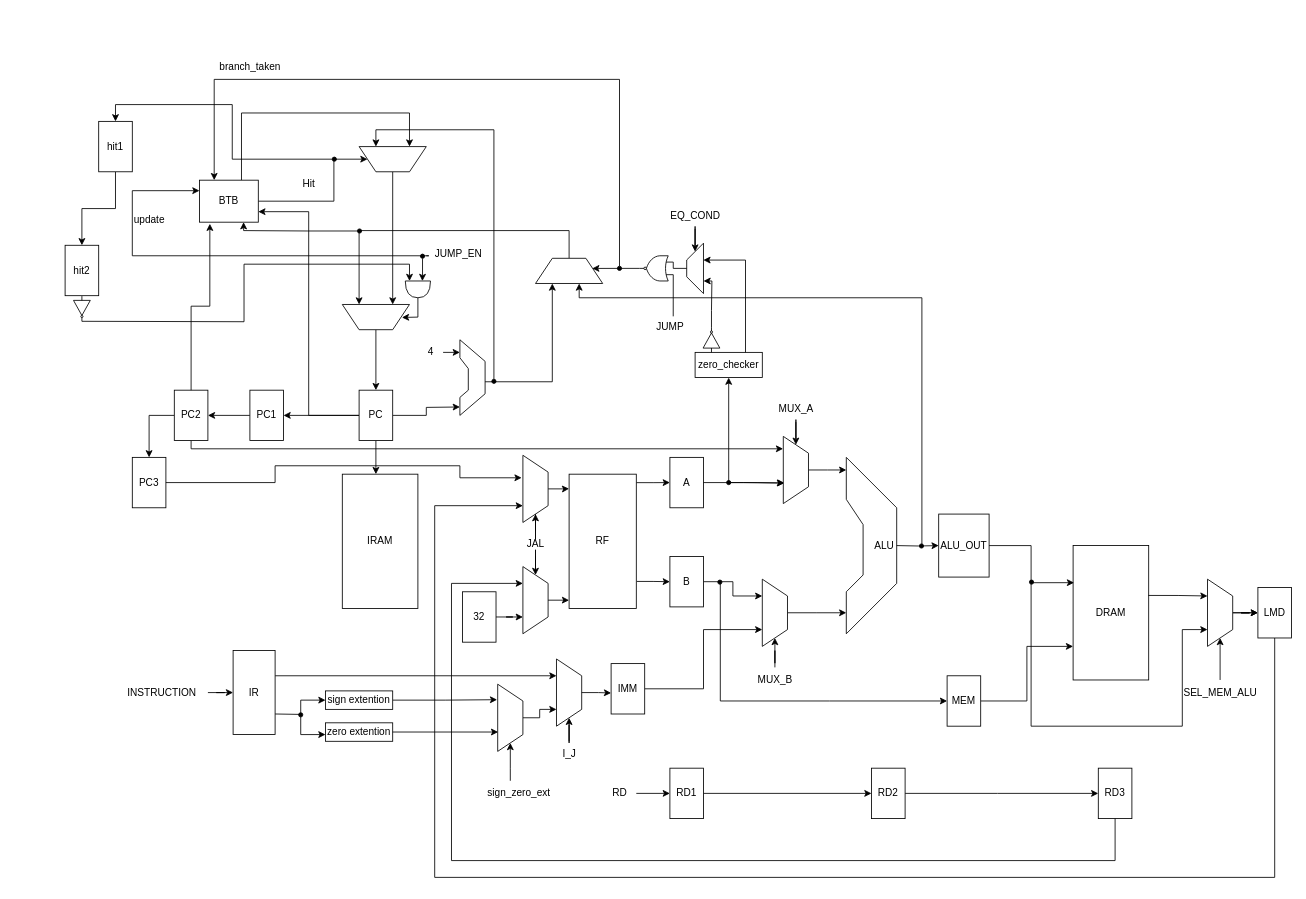
Luca-002/dlx keeps this draw.io diagram as dlx.drawio. Above is the earlier version. Source tidied: cells renumbered, new cells numbered last; positions are measured from the earlier drawing's top-left corner, leaving out a move shared by most shapes. Both pictures are drawn from the tidied source at 84%, with x=0, y=0 at pixel (65, 54).
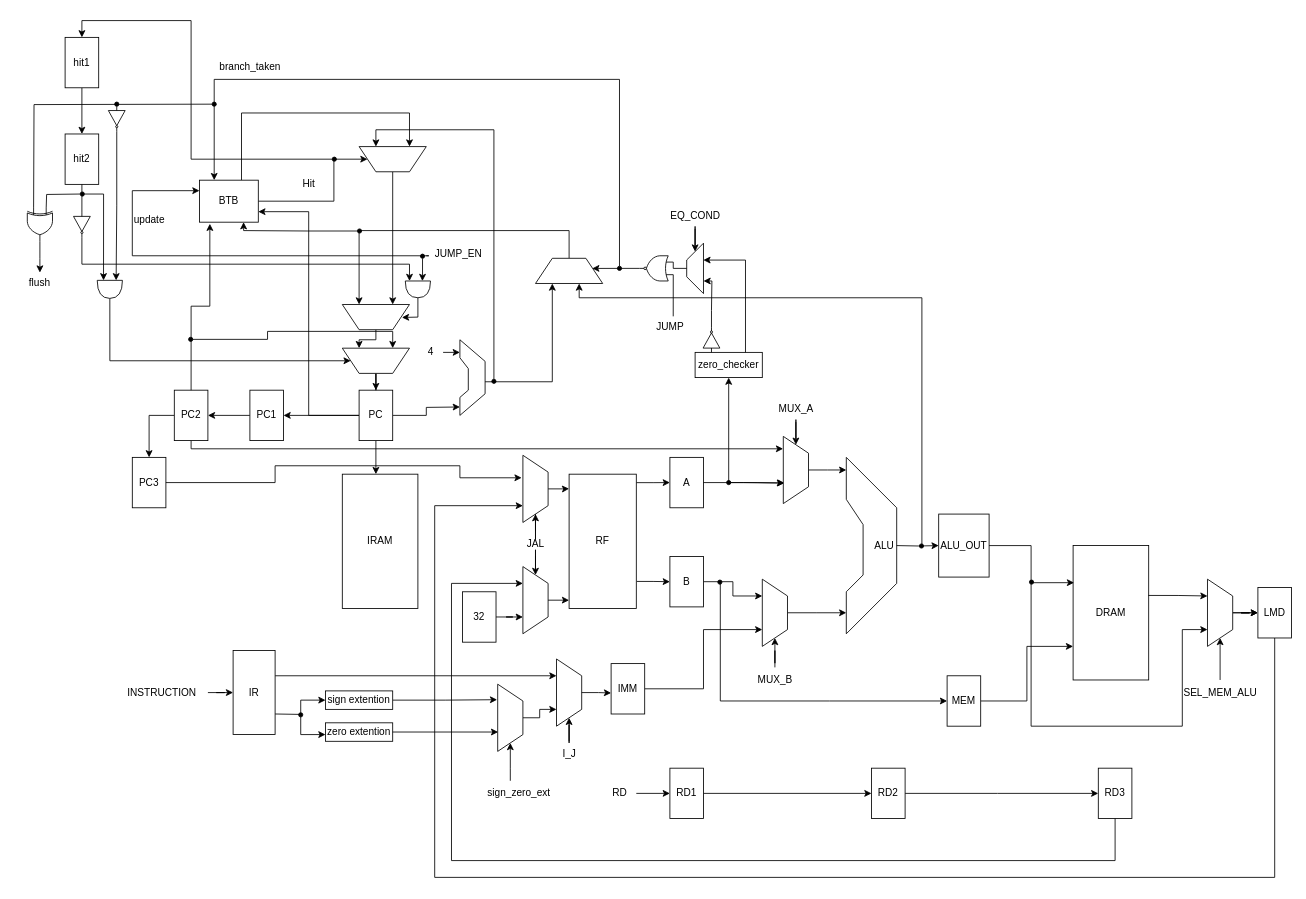
The same page after the edit.

Commit message (it also covers changes not shown here):
added flush signal to the datapath

The change refers to these unchanged cells:
```xml
<mxCell id="41" value="PC" style="whiteSpace=wrap;html=1;" parent="1" vertex="1">
  <mxGeometry x="350" y="400" width="40" height="60" as="geometry" />
</mxCell>
<mxCell id="93" style="shape=trapezoid;perimeter=trapezoidPerimeter;whiteSpace=wrap;html=1;fixedSize=1;rotation=-180;" parent="1" vertex="1">
  <mxGeometry x="330" y="298" width="80" height="30" as="geometry" />
</mxCell>
<mxCell id="123" style="ellipse;whiteSpace=wrap;html=1;fillColor=#000000;" parent="1" vertex="1">
  <mxGeometry x="318" y="122.5" width="5" height="5" as="geometry" />
</mxCell>
<mxCell id="126" style="shape=or;whiteSpace=wrap;html=1;rotation=90;" parent="1" vertex="1">
  <mxGeometry x="410" y="265" width="20" height="30" as="geometry" />
</mxCell>
```

The edit, as a diff of the source:
```diff
@@
-    <mxCell id="92" style="edgeStyle=orthogonalEdgeStyle;rounded=0;jettySize=auto;html=1;" parent="1" edge="1" source="93" target="41">
-      <mxGeometry relative="1" as="geometry" />
-    </mxCell>
+    <mxCell id="157" style="edgeStyle=orthogonalEdgeStyle;rounded=0;jettySize=auto;html=1;entryX=0.75;entryY=1;entryDx=0;entryDy=0;" parent="1" edge="1" source="93" target="173">
+      <mxGeometry relative="1" as="geometry">
+        <Array as="points">
+          <mxPoint x="370" y="340" />
+          <mxPoint x="350" y="340" />
+        </Array>
+      </mxGeometry>
+    </mxCell>
@@
     <mxCell id="120" value="hit1" style="whiteSpace=wrap;html=1;" parent="1" vertex="1">
-      <mxGeometry x="40" y="80" width="40" height="60" as="geometry" />
+      <mxGeometry y="-20" width="40" height="60" as="geometry" />
     </mxCell>
     <mxCell id="121" value="hit2" style="whiteSpace=wrap;html=1;" parent="1" vertex="1">
-      <mxGeometry y="227.5" width="40" height="60" as="geometry" />
+      <mxGeometry y="95" width="40" height="60" as="geometry" />
     </mxCell>
     <mxCell id="122" style="edgeStyle=orthogonalEdgeStyle;rounded=0;jettySize=auto;html=1;entryX=0.5;entryY=0;entryDx=0;entryDy=0;" parent="1" edge="1" source="123" target="120">
-      <mxGeometry relative="1" as="geometry" />
+      <mxGeometry relative="1" as="geometry">
+        <Array as="points">
+          <mxPoint x="150" y="125" />
+          <mxPoint x="150" y="-40" />
+          <mxPoint x="20" y="-40" />
+        </Array>
+      </mxGeometry>
     </mxCell>
@@
-    <mxCell id="124" style="edgeStyle=orthogonalEdgeStyle;rounded=0;jettySize=auto;html=1;entryX=0;entryY=0.833;entryDx=0;entryDy=0;entryPerimeter=0;" parent="1" edge="1" target="126">
+    <mxCell id="124" style="edgeStyle=orthogonalEdgeStyle;rounded=0;jettySize=auto;html=1;entryX=0;entryY=0.833;entryDx=0;entryDy=0;entryPerimeter=0;exitX=1;exitY=0.5;exitDx=0;exitDy=0;exitPerimeter=0;" parent="1" edge="1" source="125" target="126">
       <mxGeometry relative="1" as="geometry">
-        <mxPoint x="20" y="318" as="sourcePoint" />
+        <Array as="points">
+          <mxPoint x="20" y="250" />
+          <mxPoint x="410" y="250" />
+        </Array>
       </mxGeometry>
     </mxCell>
     <mxCell id="125" style="verticalLabelPosition=bottom;shadow=0;dashed=0;align=center;html=1;verticalAlign=top;shape=mxgraph.electrical.logic_gates.inverter_2;rotation=90;" parent="1" vertex="1">
-      <mxGeometry x="5" y="293" width="30" height="20" as="geometry" />
+      <mxGeometry x="5" y="193" width="30" height="20" as="geometry" />
     </mxCell>
@@
+    <mxCell id="158" style="endArrow=none;html=1;rounded=0;entryX=0.5;entryY=1;entryDx=0;entryDy=0;exitX=0;exitY=0.5;exitDx=0;exitDy=0;exitPerimeter=0;" parent="1" edge="1" source="125" target="121">
+      <mxGeometry relative="1" as="geometry" />
+    </mxCell>
+    <mxCell id="159" style="edgeStyle=orthogonalEdgeStyle;rounded=0;jettySize=auto;html=1;" parent="1" edge="1" source="160">
+      <mxGeometry relative="1" as="geometry">
+        <mxPoint x="-30" y="260" as="targetPoint" />
+      </mxGeometry>
+    </mxCell>
+    <mxCell id="160" style="verticalLabelPosition=bottom;shadow=0;dashed=0;align=center;html=1;verticalAlign=top;shape=mxgraph.electrical.logic_gates.logic_gate;operation=xor;rotation=90;" parent="1" vertex="1">
+      <mxGeometry x="-50" y="188" width="40" height="30" as="geometry" />
+    </mxCell>
+    <mxCell id="161" style="ellipse;whiteSpace=wrap;html=1;fillColor=#000000;" parent="1" vertex="1">
+      <mxGeometry x="175" y="57" width="5" height="5" as="geometry" />
+    </mxCell>
+    <mxCell id="162" style="endArrow=none;html=1;rounded=0;entryX=0;entryY=0.5;entryDx=0;entryDy=0;exitX=0;exitY=0.75;exitDx=0;exitDy=0;exitPerimeter=0;" parent="1" edge="1" source="160" target="161">
+      <mxGeometry relative="1" as="geometry">
+        <Array as="points">
+          <mxPoint x="-37" y="60" />
+        </Array>
+      </mxGeometry>
+    </mxCell>
+    <mxCell id="163" style="ellipse;whiteSpace=wrap;html=1;fillColor=#000000;" parent="1" vertex="1">
+      <mxGeometry x="18" y="164" width="5" height="5" as="geometry" />
+    </mxCell>
+    <mxCell id="164" style="endArrow=none;html=1;rounded=0;exitX=0;exitY=0.25;exitDx=0;exitDy=0;exitPerimeter=0;entryX=0;entryY=0.5;entryDx=0;entryDy=0;" parent="1" edge="1" source="160" target="163">
+      <mxGeometry relative="1" as="geometry">
+        <Array as="points">
+          <mxPoint x="-22" y="167" />
+        </Array>
+      </mxGeometry>
+    </mxCell>
+    <mxCell id="165" value="flush" style="text;html=1;align=center;verticalAlign=middle;whiteSpace=wrap;rounded=0;" parent="1" vertex="1">
+      <mxGeometry x="-60" y="257.5" width="60" height="30" as="geometry" />
+    </mxCell>
+    <mxCell id="166" style="ellipse;whiteSpace=wrap;html=1;fillColor=#000000;" parent="1" vertex="1">
+      <mxGeometry x="59" y="57" width="5" height="5" as="geometry" />
+    </mxCell>
+    <mxCell id="167" style="verticalLabelPosition=bottom;shadow=0;dashed=0;align=center;html=1;verticalAlign=top;shape=mxgraph.electrical.logic_gates.inverter_2;rotation=90;" parent="1" vertex="1">
+      <mxGeometry x="46.5" y="67" width="30" height="20" as="geometry" />
+    </mxCell>
+    <mxCell id="168" style="edgeStyle=orthogonalEdgeStyle;rounded=0;jettySize=auto;html=1;entryX=1;entryY=0.5;entryDx=0;entryDy=0;" parent="1" edge="1" source="169" target="173">
+      <mxGeometry relative="1" as="geometry">
+        <Array as="points">
+          <mxPoint x="53" y="365" />
+        </Array>
+      </mxGeometry>
+    </mxCell>
+    <mxCell id="169" style="shape=or;whiteSpace=wrap;html=1;rotation=90;" parent="1" vertex="1">
+      <mxGeometry x="42.5" y="265" width="21.5" height="30" as="geometry" />
+    </mxCell>
+    <mxCell id="170" style="edgeStyle=orthogonalEdgeStyle;rounded=0;jettySize=auto;html=1;entryX=0;entryY=0.25;entryDx=0;entryDy=0;entryPerimeter=0;" parent="1" edge="1" source="167" target="169">
+      <mxGeometry relative="1" as="geometry" />
+    </mxCell>
+    <mxCell id="171" style="edgeStyle=orthogonalEdgeStyle;rounded=0;jettySize=auto;html=1;entryX=0;entryY=0.75;entryDx=0;entryDy=0;entryPerimeter=0;" parent="1" edge="1" source="163" target="169">
+      <mxGeometry relative="1" as="geometry" />
+    </mxCell>
+    <mxCell id="172" style="edgeStyle=orthogonalEdgeStyle;rounded=0;jettySize=auto;html=1;entryX=0.5;entryY=0;entryDx=0;entryDy=0;" parent="1" edge="1" source="173" target="41">
+      <mxGeometry relative="1" as="geometry" />
+    </mxCell>
+    <mxCell id="173" style="shape=trapezoid;perimeter=trapezoidPerimeter;whiteSpace=wrap;html=1;fixedSize=1;rotation=-180;" parent="1" vertex="1">
+      <mxGeometry x="330" y="350" width="80" height="30" as="geometry" />
+    </mxCell>
+    <mxCell id="174" style="edgeStyle=orthogonalEdgeStyle;rounded=0;jettySize=auto;html=1;entryX=0.25;entryY=1;entryDx=0;entryDy=0;" parent="1" edge="1" source="175" target="173">
+      <mxGeometry relative="1" as="geometry" />
+    </mxCell>
+    <mxCell id="175" style="ellipse;whiteSpace=wrap;html=1;fillColor=#000000;" parent="1" vertex="1">
+      <mxGeometry x="147" y="337" width="5" height="5" as="geometry" />
+    </mxCell>
```
